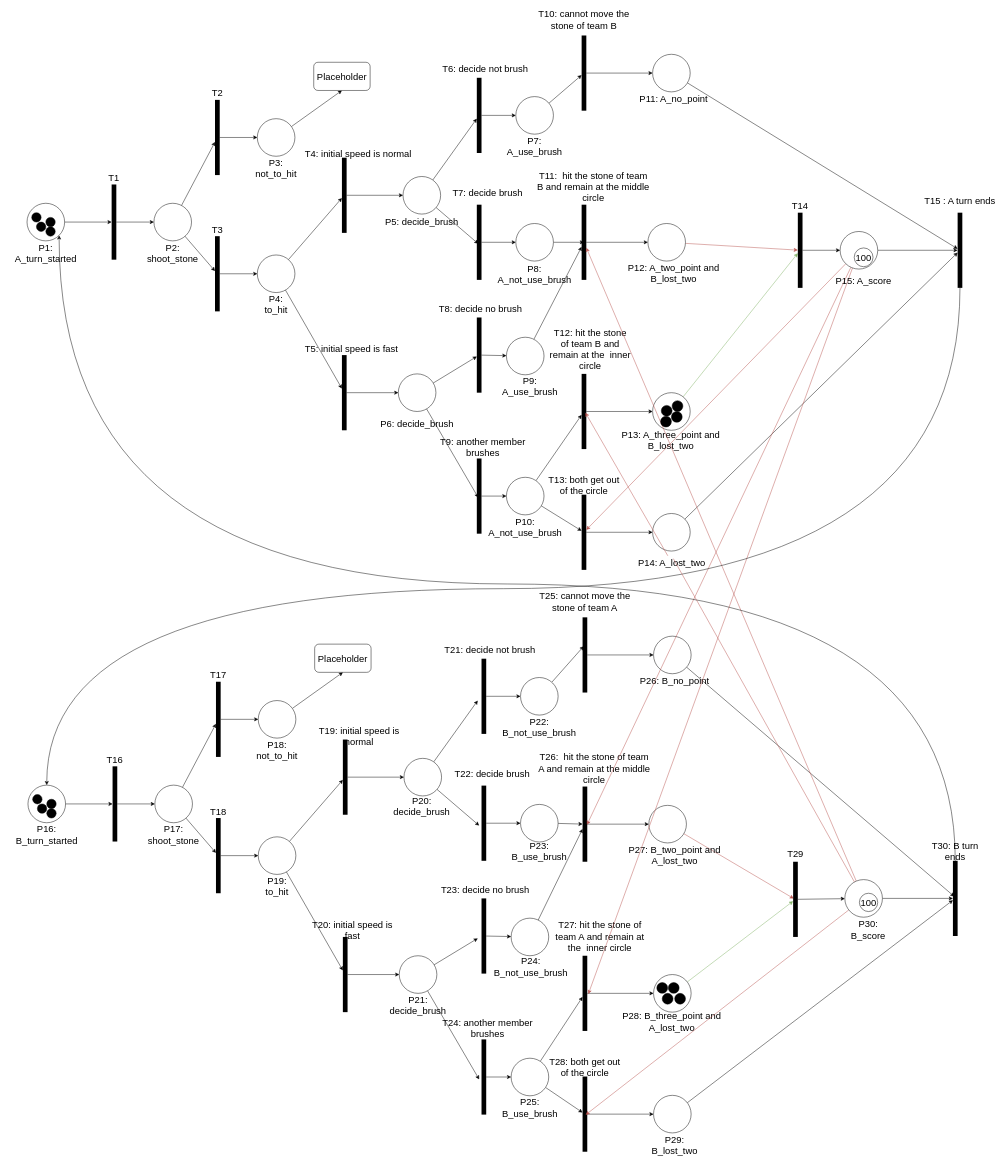
The draw.io diagram 3100asmt3Q2.2.drawio in wkng0/heyy, before the edit. Source tidied: cells renumbered, new cells numbered last; positions are measured from the earlier drawing's top-left corner, leaving out a move shared by most shapes. Both pictures are drawn from the tidied source at 47%, with x=0, y=0 at pixel (8, 10).
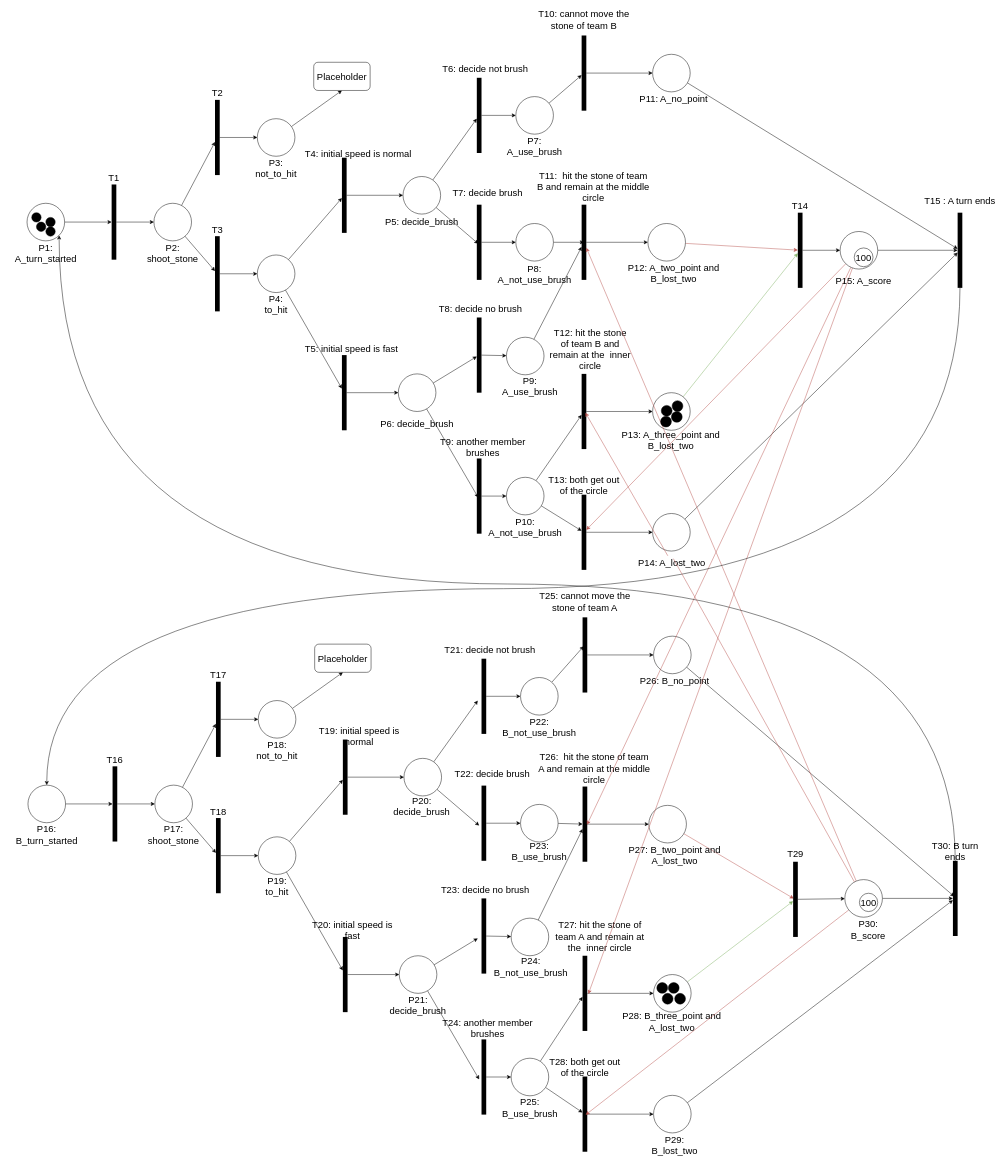
The same diagram, later.

Diff of the diagram source:
```diff
@@
-    <mxCell id="84" style="ellipse;whiteSpace=wrap;html=1;fontSize=20;strokeWidth=1;fillColor=#000000;strokeColor=#000000;" parent="1" vertex="1">
-      <mxGeometry x="52" y="1668" width="20" height="20" as="geometry" />
-    </mxCell>
-    <mxCell id="85" style="ellipse;whiteSpace=wrap;html=1;fontSize=20;strokeWidth=1;fillColor=#000000;strokeColor=#000000;" parent="1" vertex="1">
-      <mxGeometry x="82" y="1678" width="20" height="20" as="geometry" />
-    </mxCell>
-    <mxCell id="86" style="ellipse;whiteSpace=wrap;html=1;fontSize=20;strokeWidth=1;fillColor=#000000;strokeColor=#000000;" parent="1" vertex="1">
-      <mxGeometry x="62" y="1688" width="20" height="20" as="geometry" />
-    </mxCell>
-    <mxCell id="87" style="ellipse;whiteSpace=wrap;html=1;fontSize=20;strokeWidth=1;fillColor=#000000;strokeColor=#000000;" parent="1" vertex="1">
-      <mxGeometry x="82" y="1698" width="20" height="20" as="geometry" />
-    </mxCell>
```
